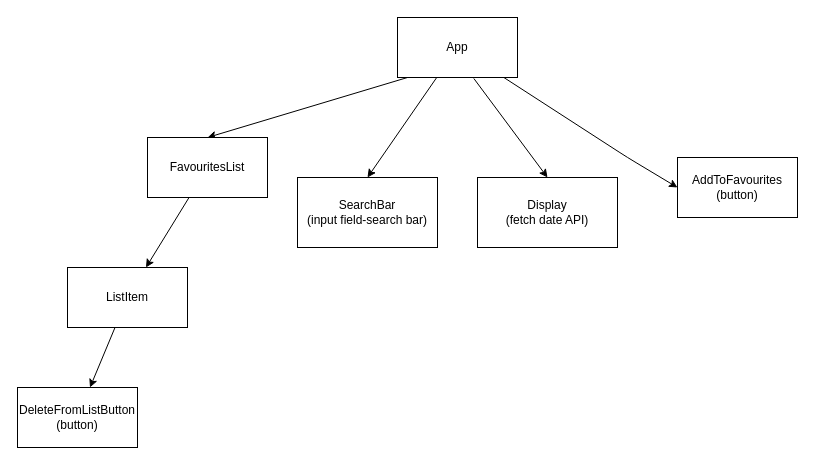
SchoolOfCode/bc14_w6d5_hackathon_react-athon-team-31-katie-anastasia-kyle keeps this draw.io diagram as weatherapp/ComponentTree.drawio. Above is the earlier version. Source tidied: cells renumbered, new cells numbered last; positions are measured from the earlier drawing's top-left corner, leaving out a move shared by most shapes. Both pictures are drawn from the tidied source at 100%, with x=0, y=0 at pixel (17, 17).
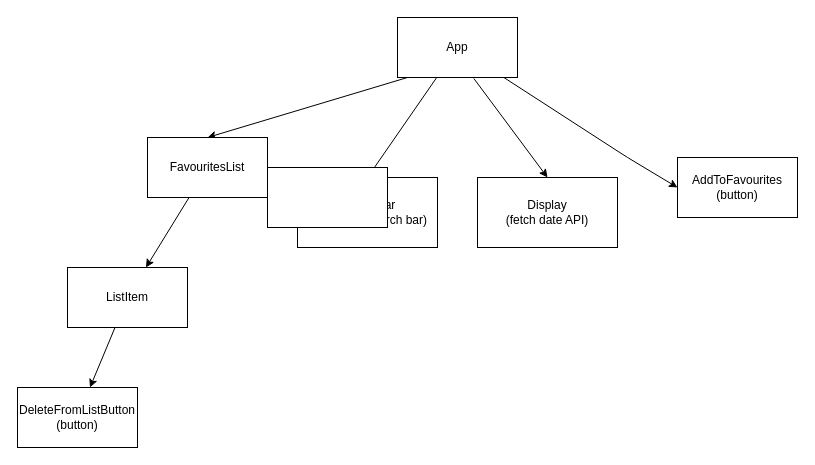
After the change.

Change to the diagram source:
```diff
@@
 <mxGraphModel>
   <root>
     <mxCell id="0" />
     <mxCell id="1" parent="0" />
     <mxCell id="2" style="edgeStyle=none;html=1;entryX=0.5;entryY=0;entryDx=0;entryDy=0;" parent="1" edge="1" source="6" target="9">
       <mxGeometry relative="1" as="geometry" />
     </mxCell>
     <mxCell id="3" style="edgeStyle=none;html=1;entryX=0.5;entryY=0;entryDx=0;entryDy=0;" parent="1" edge="1" target="8">
       <mxGeometry relative="1" as="geometry">
         <mxPoint x="390" y="60" as="sourcePoint" />
       </mxGeometry>
     </mxCell>
     <mxCell id="4" style="edgeStyle=none;html=1;entryX=0.5;entryY=0;entryDx=0;entryDy=0;exitX=0.636;exitY=1.016;exitDx=0;exitDy=0;exitPerimeter=0;" parent="1" edge="1" source="6" target="14">
       <mxGeometry relative="1" as="geometry" />
     </mxCell>
     <mxCell id="5" style="edgeStyle=none;html=1;entryX=0;entryY=0.5;entryDx=0;entryDy=0;" parent="1" edge="1" source="6" target="11">
       <mxGeometry relative="1" as="geometry">
         <Array as="points">
           <mxPoint x="610" y="140" />
         </Array>
       </mxGeometry>
     </mxCell>
     <mxCell id="6" value="App" style="whiteSpace=wrap;html=1;" parent="1" vertex="1">
       <mxGeometry x="380" width="120" height="60" as="geometry" />
     </mxCell>
     <mxCell id="7" style="edgeStyle=none;html=1;" parent="1" edge="1" source="8" target="13">
       <mxGeometry relative="1" as="geometry" />
     </mxCell>
     <mxCell id="8" value="FavouritesList" style="whiteSpace=wrap;html=1;" parent="1" vertex="1">
       <mxGeometry x="130" y="120" width="120" height="60" as="geometry" />
     </mxCell>
     <mxCell id="9" value="SearchBar&lt;br&gt;(input field-search bar)" style="whiteSpace=wrap;html=1;" parent="1" vertex="1">
       <mxGeometry x="280" y="160" width="140" height="70" as="geometry" />
     </mxCell>
     <mxCell id="10" value="DeleteFromListButton&lt;br&gt;(button)" style="whiteSpace=wrap;html=1;" parent="1" vertex="1">
       <mxGeometry y="370" width="120" height="60" as="geometry" />
     </mxCell>
     <mxCell id="11" value="AddToFavourites&lt;br&gt;(button)" style="whiteSpace=wrap;html=1;" parent="1" vertex="1">
       <mxGeometry x="660" y="140" width="120" height="60" as="geometry" />
     </mxCell>
     <mxCell id="12" style="edgeStyle=none;html=1;" parent="1" edge="1" source="13" target="10">
       <mxGeometry relative="1" as="geometry" />
     </mxCell>
     <mxCell id="13" value="ListItem" style="whiteSpace=wrap;html=1;" parent="1" vertex="1">
       <mxGeometry x="50" y="250" width="120" height="60" as="geometry" />
     </mxCell>
     <mxCell id="14" value="Display&lt;br&gt;(fetch date API)" style="whiteSpace=wrap;html=1;" parent="1" vertex="1">
       <mxGeometry x="460" y="160" width="140" height="70" as="geometry" />
     </mxCell>
+    <mxCell id="15" style="whiteSpace=wrap;html=1;" parent="1" vertex="1">
+      <mxGeometry x="250" y="150" width="120" height="60" as="geometry" />
+    </mxCell>
   </root>
 </mxGraphModel>
```
